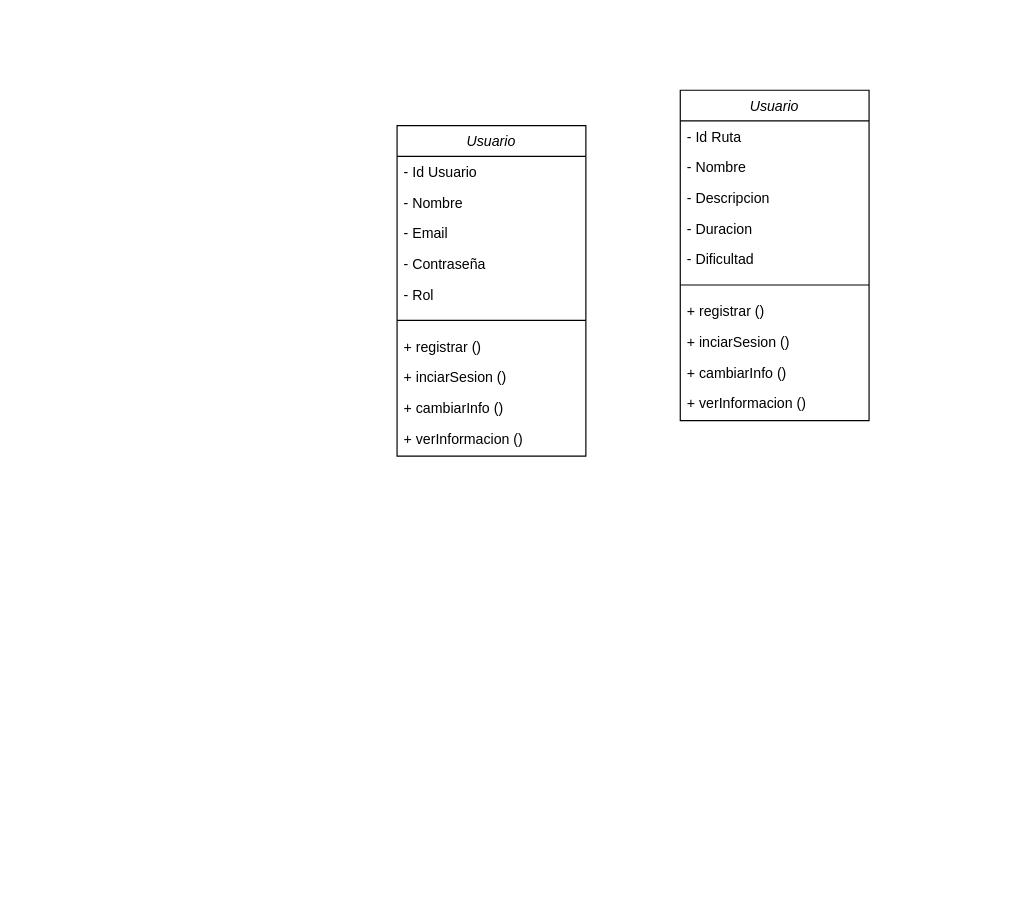
This is Diagrama sin título.drawio from sebasalegon/Proyecto-grupal-1-EDD, a draw.io file, before an edit. Source tidied: cells renumbered, new cells numbered last; positions are measured from the earlier drawing's top-left corner, leaving out a move shared by most shapes. Both pictures are drawn from the tidied source at 118%, with x=0, y=0 at pixel (396, 90).
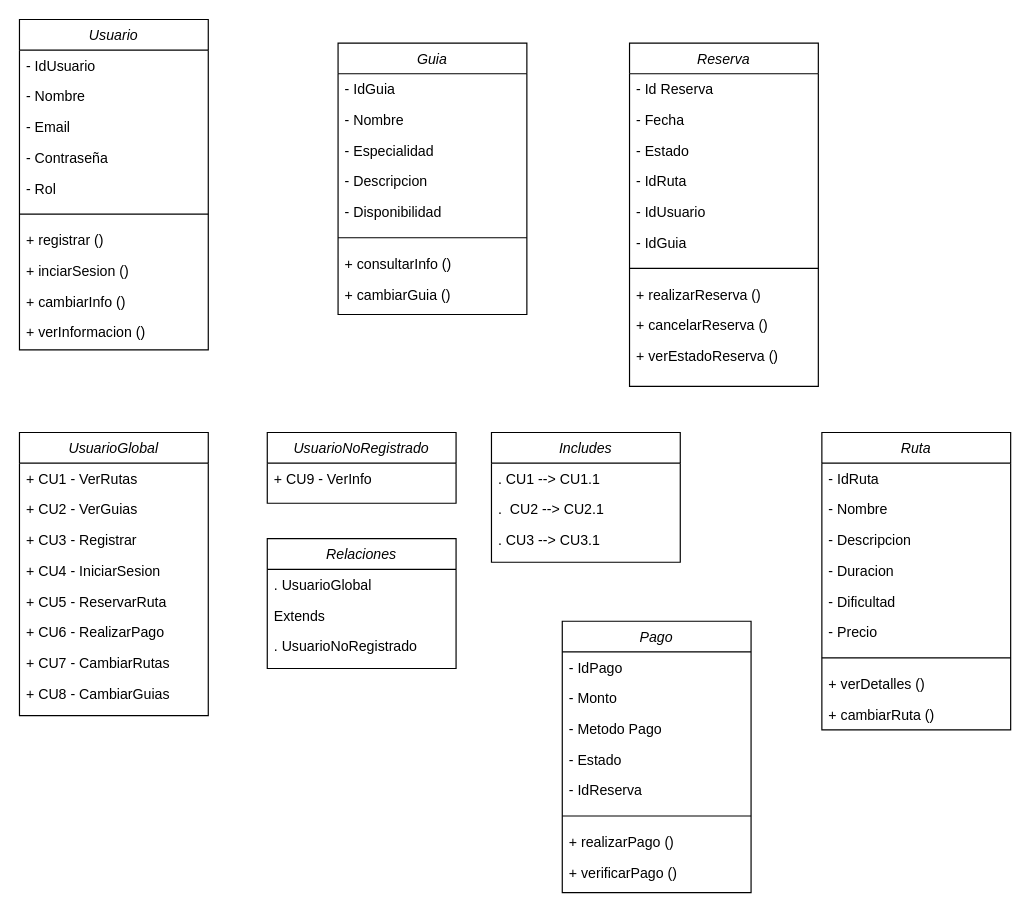
After the change.

The edit, as a diff of the source:
```diff
@@
-<mxGraphModel>
+<mxGraphModel background="light-dark(#FFFFFF,#000000)">
@@
     <mxCell id="2" value="Usuario" style="swimlane;fontStyle=2;align=center;verticalAlign=top;horizontal=1;startSize=26;rounded=0;shadow=0;strokeWidth=1;" parent="1" vertex="1">
-      <mxGeometry y="30" width="160" height="280" as="geometry" />
+      <mxGeometry x="-320" y="-60" width="160" height="280" as="geometry" />
     </mxCell>
-    <mxCell id="3" value="- Id Usuario&#10;" style="text;align=left;verticalAlign=top;spacingLeft=4;spacingRight=4;overflow=hidden;" parent="2" vertex="1">
+    <mxCell id="3" value="- IdUsuario&#10;" style="text;align=left;verticalAlign=top;spacingLeft=4;spacingRight=4;overflow=hidden;" parent="2" vertex="1">
       <mxGeometry y="26" width="160" height="26" as="geometry" />
     </mxCell>
@@
-    <mxCell id="13" value="Usuario" style="swimlane;fontStyle=2;align=center;verticalAlign=top;horizontal=1;startSize=26;rounded=0;shadow=0;strokeWidth=1;" parent="1" vertex="1">
-      <mxGeometry x="240" width="160" height="280" as="geometry" />
+    <mxCell id="13" value="Ruta&#10;" style="swimlane;fontStyle=2;align=center;verticalAlign=top;horizontal=1;startSize=26;rounded=0;shadow=0;strokeWidth=1;" parent="1" vertex="1">
+      <mxGeometry x="360" y="290" width="160" height="252" as="geometry" />
     </mxCell>
-    <mxCell id="14" value="- Id Ruta" style="text;align=left;verticalAlign=top;spacingLeft=4;spacingRight=4;overflow=hidden;" parent="13" vertex="1">
+    <mxCell id="14" value="- IdRuta" style="text;align=left;verticalAlign=top;spacingLeft=4;spacingRight=4;overflow=hidden;" parent="13" vertex="1">
       <mxGeometry y="26" width="160" height="26" as="geometry" />
     </mxCell>
@@
+    <mxCell id="24" value="- Precio" style="text;align=left;verticalAlign=top;spacingLeft=4;spacingRight=4;overflow=hidden;rounded=0;shadow=0;html=0;" parent="13" vertex="1">
+      <mxGeometry y="156" width="160" height="26" as="geometry" />
+    </mxCell>
     <mxCell id="19" style="line;html=1;strokeWidth=1;align=left;verticalAlign=middle;spacingTop=-1;spacingLeft=3;spacingRight=3;labelPosition=right;" parent="13" vertex="1">
-      <mxGeometry y="156" width="160" height="18" as="geometry" />
+      <mxGeometry y="182" width="160" height="18" as="geometry" />
     </mxCell>
-    <mxCell id="20" value="+ registrar ()" style="text;align=left;verticalAlign=top;spacingLeft=4;spacingRight=4;overflow=hidden;rounded=0;shadow=0;html=0;" parent="13" vertex="1">
-      <mxGeometry y="174" width="160" height="26" as="geometry" />
-    </mxCell>
-    <mxCell id="21" value="+ inciarSesion ()" style="text;align=left;verticalAlign=top;spacingLeft=4;spacingRight=4;overflow=hidden;rounded=0;shadow=0;html=0;" parent="13" vertex="1">
+    <mxCell id="21" value="+ verDetalles ()" style="text;align=left;verticalAlign=top;spacingLeft=4;spacingRight=4;overflow=hidden;rounded=0;shadow=0;html=0;" parent="13" vertex="1">
       <mxGeometry y="200" width="160" height="26" as="geometry" />
     </mxCell>
-    <mxCell id="22" value="+ cambiarInfo ()" style="text;align=left;verticalAlign=top;spacingLeft=4;spacingRight=4;overflow=hidden;rounded=0;shadow=0;html=0;" parent="13" vertex="1">
+    <mxCell id="22" value="+ cambiarRuta ()" style="text;align=left;verticalAlign=top;spacingLeft=4;spacingRight=4;overflow=hidden;rounded=0;shadow=0;html=0;" parent="13" vertex="1">
       <mxGeometry y="226" width="160" height="26" as="geometry" />
     </mxCell>
-    <mxCell id="23" value="+ verInformacion ()" style="text;align=left;verticalAlign=top;spacingLeft=4;spacingRight=4;overflow=hidden;rounded=0;shadow=0;html=0;" parent="13" vertex="1">
-      <mxGeometry y="252" width="160" height="26" as="geometry" />
-    </mxCell>
+    <mxCell id="25" value="Guia" style="swimlane;fontStyle=2;align=center;verticalAlign=top;horizontal=1;startSize=26;rounded=0;shadow=0;strokeWidth=1;" parent="1" vertex="1">
+      <mxGeometry x="-50" y="-40" width="160" height="230" as="geometry" />
+    </mxCell>
+    <mxCell id="26" value="- IdGuia" style="text;align=left;verticalAlign=top;spacingLeft=4;spacingRight=4;overflow=hidden;" parent="25" vertex="1">
+      <mxGeometry y="26" width="160" height="26" as="geometry" />
+    </mxCell>
+    <mxCell id="27" value="- Nombre" style="text;align=left;verticalAlign=top;spacingLeft=4;spacingRight=4;overflow=hidden;rounded=0;shadow=0;html=0;" parent="25" vertex="1">
+      <mxGeometry y="52" width="160" height="26" as="geometry" />
+    </mxCell>
+    <mxCell id="28" value="- Especialidad" style="text;align=left;verticalAlign=top;spacingLeft=4;spacingRight=4;overflow=hidden;rounded=0;shadow=0;html=0;" parent="25" vertex="1">
+      <mxGeometry y="78" width="160" height="26" as="geometry" />
+    </mxCell>
+    <mxCell id="29" value="- Descripcion" style="text;align=left;verticalAlign=top;spacingLeft=4;spacingRight=4;overflow=hidden;rounded=0;shadow=0;html=0;" parent="25" vertex="1">
+      <mxGeometry y="104" width="160" height="26" as="geometry" />
+    </mxCell>
+    <mxCell id="30" value="- Disponibilidad" style="text;align=left;verticalAlign=top;spacingLeft=4;spacingRight=4;overflow=hidden;rounded=0;shadow=0;html=0;" parent="25" vertex="1">
+      <mxGeometry y="130" width="160" height="26" as="geometry" />
+    </mxCell>
+    <mxCell id="31" style="line;html=1;strokeWidth=1;align=left;verticalAlign=middle;spacingTop=-1;spacingLeft=3;spacingRight=3;labelPosition=right;" parent="25" vertex="1">
+      <mxGeometry y="156" width="160" height="18" as="geometry" />
+    </mxCell>
+    <mxCell id="32" value="+ consultarInfo ()" style="text;align=left;verticalAlign=top;spacingLeft=4;spacingRight=4;overflow=hidden;rounded=0;shadow=0;html=0;" parent="25" vertex="1">
+      <mxGeometry y="174" width="160" height="26" as="geometry" />
+    </mxCell>
+    <mxCell id="33" value="+ cambiarGuia ()" style="text;align=left;verticalAlign=top;spacingLeft=4;spacingRight=4;overflow=hidden;rounded=0;shadow=0;html=0;" parent="25" vertex="1">
+      <mxGeometry y="200" width="160" height="26" as="geometry" />
+    </mxCell>
+    <mxCell id="34" value="Reserva" style="swimlane;fontStyle=2;align=center;verticalAlign=top;horizontal=1;startSize=26;rounded=0;shadow=0;strokeWidth=1;" parent="1" vertex="1">
+      <mxGeometry x="197" y="-40" width="160" height="291" as="geometry" />
+    </mxCell>
+    <mxCell id="35" value="- Id Reserva" style="text;align=left;verticalAlign=top;spacingLeft=4;spacingRight=4;overflow=hidden;" parent="34" vertex="1">
+      <mxGeometry y="26" width="160" height="26" as="geometry" />
+    </mxCell>
+    <mxCell id="36" value="- Fecha" style="text;align=left;verticalAlign=top;spacingLeft=4;spacingRight=4;overflow=hidden;rounded=0;shadow=0;html=0;" parent="34" vertex="1">
+      <mxGeometry y="52" width="160" height="26" as="geometry" />
+    </mxCell>
+    <mxCell id="37" value="- Estado" style="text;align=left;verticalAlign=top;spacingLeft=4;spacingRight=4;overflow=hidden;rounded=0;shadow=0;html=0;" parent="34" vertex="1">
+      <mxGeometry y="78" width="160" height="26" as="geometry" />
+    </mxCell>
+    <mxCell id="38" value="- IdRuta" style="text;align=left;verticalAlign=top;spacingLeft=4;spacingRight=4;overflow=hidden;rounded=0;shadow=0;html=0;" parent="34" vertex="1">
+      <mxGeometry y="104" width="160" height="26" as="geometry" />
+    </mxCell>
+    <mxCell id="39" value="- IdUsuario" style="text;align=left;verticalAlign=top;spacingLeft=4;spacingRight=4;overflow=hidden;rounded=0;shadow=0;html=0;" parent="34" vertex="1">
+      <mxGeometry y="130" width="160" height="26" as="geometry" />
+    </mxCell>
+    <mxCell id="40" value="- IdGuia" style="text;align=left;verticalAlign=top;spacingLeft=4;spacingRight=4;overflow=hidden;rounded=0;shadow=0;html=0;" parent="34" vertex="1">
+      <mxGeometry y="156" width="160" height="26" as="geometry" />
+    </mxCell>
+    <mxCell id="41" style="line;html=1;strokeWidth=1;align=left;verticalAlign=middle;spacingTop=-1;spacingLeft=3;spacingRight=3;labelPosition=right;" parent="34" vertex="1">
+      <mxGeometry y="182" width="160" height="18" as="geometry" />
+    </mxCell>
+    <mxCell id="42" value="+ realizarReserva ()" style="text;align=left;verticalAlign=top;spacingLeft=4;spacingRight=4;overflow=hidden;rounded=0;shadow=0;html=0;" parent="34" vertex="1">
+      <mxGeometry y="200" width="160" height="26" as="geometry" />
+    </mxCell>
+    <mxCell id="43" value="+ cancelarReserva ()" style="text;align=left;verticalAlign=top;spacingLeft=4;spacingRight=4;overflow=hidden;rounded=0;shadow=0;html=0;" parent="34" vertex="1">
+      <mxGeometry y="226" width="160" height="26" as="geometry" />
+    </mxCell>
+    <mxCell id="44" value="+ verEstadoReserva ()" style="text;align=left;verticalAlign=top;spacingLeft=4;spacingRight=4;overflow=hidden;rounded=0;shadow=0;html=0;" parent="34" vertex="1">
+      <mxGeometry y="252" width="160" height="26" as="geometry" />
+    </mxCell>
+    <mxCell id="45" value="Pago" style="swimlane;fontStyle=2;align=center;verticalAlign=top;horizontal=1;startSize=26;rounded=0;shadow=0;strokeWidth=1;" parent="1" vertex="1">
+      <mxGeometry x="140" y="450" width="160" height="230" as="geometry" />
+    </mxCell>
+    <mxCell id="46" value="- IdPago" style="text;align=left;verticalAlign=top;spacingLeft=4;spacingRight=4;overflow=hidden;" parent="45" vertex="1">
+      <mxGeometry y="26" width="160" height="26" as="geometry" />
+    </mxCell>
+    <mxCell id="47" value="- Monto" style="text;align=left;verticalAlign=top;spacingLeft=4;spacingRight=4;overflow=hidden;rounded=0;shadow=0;html=0;" parent="45" vertex="1">
+      <mxGeometry y="52" width="160" height="26" as="geometry" />
+    </mxCell>
+    <mxCell id="48" value="- Metodo Pago" style="text;align=left;verticalAlign=top;spacingLeft=4;spacingRight=4;overflow=hidden;rounded=0;shadow=0;html=0;" parent="45" vertex="1">
+      <mxGeometry y="78" width="160" height="26" as="geometry" />
+    </mxCell>
+    <mxCell id="49" value="- Estado" style="text;align=left;verticalAlign=top;spacingLeft=4;spacingRight=4;overflow=hidden;rounded=0;shadow=0;html=0;" parent="45" vertex="1">
+      <mxGeometry y="104" width="160" height="26" as="geometry" />
+    </mxCell>
+    <mxCell id="50" value="- IdReserva" style="text;align=left;verticalAlign=top;spacingLeft=4;spacingRight=4;overflow=hidden;rounded=0;shadow=0;html=0;" parent="45" vertex="1">
+      <mxGeometry y="130" width="160" height="26" as="geometry" />
+    </mxCell>
+    <mxCell id="51" style="line;html=1;strokeWidth=1;align=left;verticalAlign=middle;spacingTop=-1;spacingLeft=3;spacingRight=3;labelPosition=right;" parent="45" vertex="1">
+      <mxGeometry y="156" width="160" height="18" as="geometry" />
+    </mxCell>
+    <mxCell id="52" value="+ realizarPago ()" style="text;align=left;verticalAlign=top;spacingLeft=4;spacingRight=4;overflow=hidden;rounded=0;shadow=0;html=0;" parent="45" vertex="1">
+      <mxGeometry y="174" width="160" height="26" as="geometry" />
+    </mxCell>
+    <mxCell id="53" value="+ verificarPago ()" style="text;align=left;verticalAlign=top;spacingLeft=4;spacingRight=4;overflow=hidden;rounded=0;shadow=0;html=0;" parent="45" vertex="1">
+      <mxGeometry y="200" width="160" height="26" as="geometry" />
+    </mxCell>
+    <mxCell id="54" value="UsuarioGlobal" style="swimlane;fontStyle=2;align=center;verticalAlign=top;horizontal=1;startSize=26;rounded=0;shadow=0;strokeWidth=1;" parent="1" vertex="1">
+      <mxGeometry x="-320" y="290" width="160" height="240" as="geometry" />
+    </mxCell>
+    <mxCell id="55" value="+ CU1 - VerRutas" style="text;align=left;verticalAlign=top;spacingLeft=4;spacingRight=4;overflow=hidden;" parent="54" vertex="1">
+      <mxGeometry y="26" width="160" height="26" as="geometry" />
+    </mxCell>
+    <mxCell id="56" value="+ CU2 - VerGuias" style="text;align=left;verticalAlign=top;spacingLeft=4;spacingRight=4;overflow=hidden;rounded=0;shadow=0;html=0;" parent="54" vertex="1">
+      <mxGeometry y="52" width="160" height="26" as="geometry" />
+    </mxCell>
+    <mxCell id="57" value="+ CU3 - Registrar" style="text;align=left;verticalAlign=top;spacingLeft=4;spacingRight=4;overflow=hidden;rounded=0;shadow=0;html=0;" parent="54" vertex="1">
+      <mxGeometry y="78" width="160" height="26" as="geometry" />
+    </mxCell>
+    <mxCell id="58" value="+ CU4 - IniciarSesion" style="text;align=left;verticalAlign=top;spacingLeft=4;spacingRight=4;overflow=hidden;rounded=0;shadow=0;html=0;" parent="54" vertex="1">
+      <mxGeometry y="104" width="160" height="26" as="geometry" />
+    </mxCell>
+    <mxCell id="59" value="+ CU5 - ReservarRuta" style="text;align=left;verticalAlign=top;spacingLeft=4;spacingRight=4;overflow=hidden;rounded=0;shadow=0;html=0;" parent="54" vertex="1">
+      <mxGeometry y="130" width="160" height="26" as="geometry" />
+    </mxCell>
+    <mxCell id="60" value="+ CU6 - RealizarPago" style="text;align=left;verticalAlign=top;spacingLeft=4;spacingRight=4;overflow=hidden;rounded=0;shadow=0;html=0;" parent="54" vertex="1">
+      <mxGeometry y="156" width="160" height="26" as="geometry" />
+    </mxCell>
+    <mxCell id="61" value="+ CU7 - CambiarRutas" style="text;align=left;verticalAlign=top;spacingLeft=4;spacingRight=4;overflow=hidden;rounded=0;shadow=0;html=0;" parent="54" vertex="1">
+      <mxGeometry y="182" width="160" height="26" as="geometry" />
+    </mxCell>
+    <mxCell id="62" value="+ CU8 - CambiarGuias" style="text;align=left;verticalAlign=top;spacingLeft=4;spacingRight=4;overflow=hidden;rounded=0;shadow=0;html=0;" parent="54" vertex="1">
+      <mxGeometry y="208" width="160" height="26" as="geometry" />
+    </mxCell>
+    <mxCell id="63" value="UsuarioNoRegistrado" style="swimlane;fontStyle=2;align=center;verticalAlign=top;horizontal=1;startSize=26;rounded=0;shadow=0;strokeWidth=1;" parent="1" vertex="1">
+      <mxGeometry x="-110" y="290" width="160" height="60" as="geometry" />
+    </mxCell>
+    <mxCell id="64" value="+ CU9 - VerInfo" style="text;align=left;verticalAlign=top;spacingLeft=4;spacingRight=4;overflow=hidden;" parent="63" vertex="1">
+      <mxGeometry y="26" width="160" height="26" as="geometry" />
+    </mxCell>
+    <mxCell id="65" value="Relaciones" style="swimlane;fontStyle=2;align=center;verticalAlign=top;horizontal=1;startSize=26;rounded=0;shadow=0;strokeWidth=1;" parent="1" vertex="1">
+      <mxGeometry x="-110" y="380" width="160" height="110" as="geometry" />
+    </mxCell>
+    <mxCell id="66" value=". UsuarioGlobal" style="text;align=left;verticalAlign=top;spacingLeft=4;spacingRight=4;overflow=hidden;" parent="65" vertex="1">
+      <mxGeometry y="26" width="160" height="26" as="geometry" />
+    </mxCell>
+    <mxCell id="67" value="Extends" style="text;align=left;verticalAlign=top;spacingLeft=4;spacingRight=4;overflow=hidden;rounded=0;shadow=0;html=0;" parent="65" vertex="1">
+      <mxGeometry y="52" width="160" height="26" as="geometry" />
+    </mxCell>
+    <mxCell id="68" value=". UsuarioNoRegistrado" style="text;align=left;verticalAlign=top;spacingLeft=4;spacingRight=4;overflow=hidden;rounded=0;shadow=0;html=0;" parent="65" vertex="1">
+      <mxGeometry y="78" width="160" height="26" as="geometry" />
+    </mxCell>
+    <mxCell id="69" value="Includes" style="swimlane;fontStyle=2;align=center;verticalAlign=top;horizontal=1;startSize=26;rounded=0;shadow=0;strokeWidth=1;" parent="1" vertex="1">
+      <mxGeometry x="80" y="290" width="160" height="110" as="geometry" />
+    </mxCell>
+    <mxCell id="70" value=". CU1 --&gt; CU1.1" style="text;align=left;verticalAlign=top;spacingLeft=4;spacingRight=4;overflow=hidden;" parent="69" vertex="1">
+      <mxGeometry y="26" width="160" height="26" as="geometry" />
+    </mxCell>
+    <mxCell id="71" value=".  CU2 --&gt; CU2.1" style="text;align=left;verticalAlign=top;spacingLeft=4;spacingRight=4;overflow=hidden;rounded=0;shadow=0;html=0;" parent="69" vertex="1">
+      <mxGeometry y="52" width="160" height="26" as="geometry" />
+    </mxCell>
+    <mxCell id="72" value=". CU3 --&gt; CU3.1" style="text;align=left;verticalAlign=top;spacingLeft=4;spacingRight=4;overflow=hidden;rounded=0;shadow=0;html=0;" parent="69" vertex="1">
+      <mxGeometry y="78" width="160" height="26" as="geometry" />
+    </mxCell>
```
